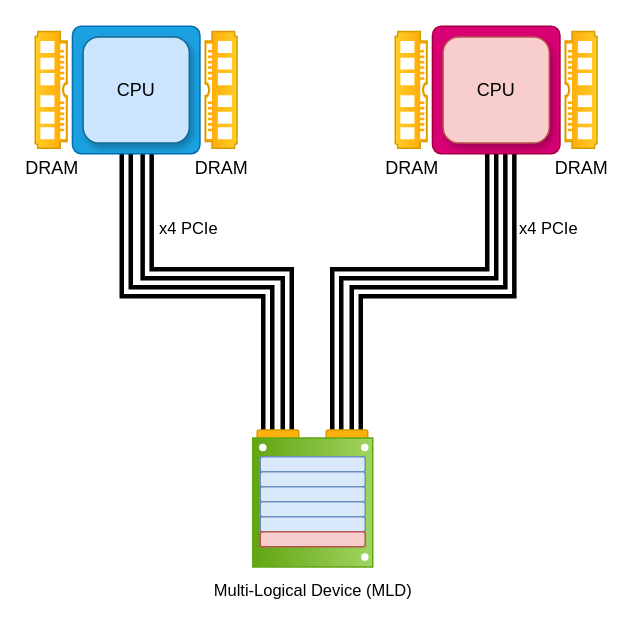
This is CXL Direct Attach MLD No Switch.drawio from kamilkhan52/cxl_diagrams, a draw.io file, before an edit. Source tidied: cells renumbered, new cells numbered last; positions are measured from the earlier drawing's top-left corner, leaving out a move shared by most shapes. Both pictures are drawn from the tidied source at 150%, with x=0, y=0 at pixel (34, 26).
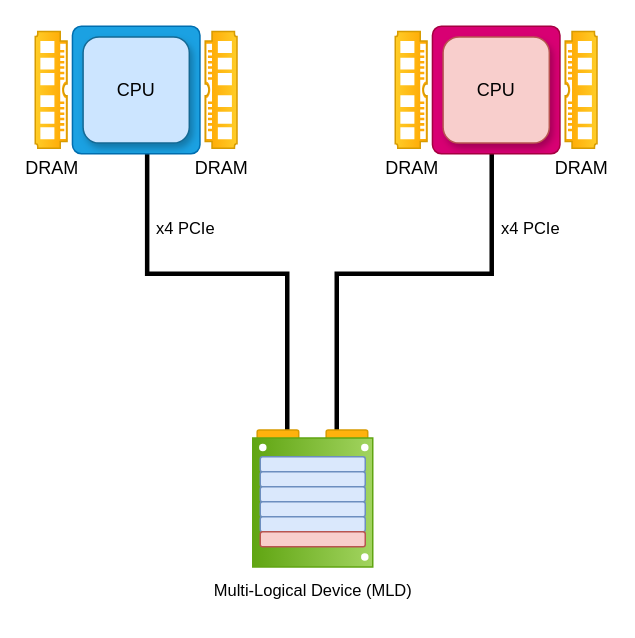
The same page after the edit.

Unchanged cells that the change refers to:
```xml
<mxCell id="7" style="group;" parent="1" vertex="1">
  <mxGeometry x="145" y="267" width="80" height="93.5" as="geometry" />
</mxCell>
<mxCell id="24" style="rounded=1;whiteSpace=wrap;html=1;arcSize=7;fillColor=#1ba1e2;strokeColor=#006EAF;fontColor=#ffffff;" parent="23" vertex="1">
  <mxGeometry width="85" height="85" as="geometry" />
</mxCell>
<mxCell id="31" style="rounded=1;whiteSpace=wrap;html=1;arcSize=7;fillColor=#d80073;strokeColor=#A50040;fontColor=#ffffff;" parent="30" vertex="1">
  <mxGeometry width="85" height="85" as="geometry" />
</mxCell>
```

Change to the diagram source:
```diff
@@
-    <mxCell id="2" style="shape=link;html=1;rounded=0;entryX=0.586;entryY=0.976;entryDx=0;entryDy=0;entryPerimeter=0;strokeWidth=3;elbow=vertical;width=4;arcSize=20;edgeStyle=elbowEdgeStyle;" parent="1" edge="1" target="24">
+    <mxCell id="2" style="html=1;rounded=0;entryX=0.586;entryY=0.976;entryDx=0;entryDy=0;entryPerimeter=0;strokeWidth=3;elbow=vertical;arcSize=20;edgeStyle=elbowEdgeStyle;endArrow=none;endFill=0;" parent="1" edge="1" target="24">
       <mxGeometry relative="1" as="geometry">
         <mxPoint x="168" y="270" as="sourcePoint" />
         <Array as="points">
           <mxPoint x="121" y="165" />
         </Array>
       </mxGeometry>
     </mxCell>
-    <mxCell id="3" style="shape=link;html=1;rounded=0;entryX=0.422;entryY=0.996;entryDx=0;entryDy=0;entryPerimeter=0;strokeWidth=3;elbow=vertical;width=4;arcSize=20;edgeStyle=elbowEdgeStyle;" parent="1" edge="1" target="24">
-      <mxGeometry relative="1" as="geometry">
-        <mxPoint x="155" y="270" as="sourcePoint" />
-      </mxGeometry>
-    </mxCell>
@@
     <mxCell id="5" value="x4 PCIe" style="text;html=1;align=center;verticalAlign=middle;strokeColor=none;fillColor=none;fontFamily=Helvetica;fontSize=11;fontColor=default;labelBackgroundColor=default;" parent="1" vertex="1">
-      <mxGeometry x="72" y="120" width="60" height="30" as="geometry" />
+      <mxGeometry x="70" y="120" width="60" height="30" as="geometry" />
     </mxCell>
@@
-    <mxCell id="8" style="shape=link;html=1;rounded=0;entryX=0.607;entryY=0.994;entryDx=0;entryDy=0;entryPerimeter=0;strokeWidth=3;elbow=vertical;width=4;arcSize=20;edgeStyle=elbowEdgeStyle;" parent="7" edge="1" target="31">
-      <mxGeometry relative="1" as="geometry">
-        <mxPoint x="69" y="3" as="sourcePoint" />
-      </mxGeometry>
-    </mxCell>
-    <mxCell id="9" style="shape=link;html=1;rounded=0;entryX=0.465;entryY=0.999;entryDx=0;entryDy=0;entryPerimeter=0;strokeWidth=3;elbow=vertical;width=4;arcSize=20;edgeStyle=elbowEdgeStyle;" parent="7" edge="1" target="31">
+    <mxCell id="9" style="html=1;rounded=0;entryX=0.465;entryY=0.999;entryDx=0;entryDy=0;entryPerimeter=0;strokeWidth=3;elbow=vertical;arcSize=20;edgeStyle=elbowEdgeStyle;endArrow=none;endFill=0;" parent="7" edge="1" target="31">
       <mxGeometry relative="1" as="geometry">
         <mxPoint x="56" y="3" as="sourcePoint" />
         <Array as="points">
           <mxPoint x="107" y="-102" />
         </Array>
       </mxGeometry>
     </mxCell>
@@
     <mxCell id="28" value="x4 PCIe" style="text;html=1;align=center;verticalAlign=middle;strokeColor=none;fillColor=none;fontFamily=Helvetica;fontSize=11;fontColor=default;labelBackgroundColor=default;" parent="1" vertex="1">
-      <mxGeometry x="312" y="120" width="60" height="30" as="geometry" />
+      <mxGeometry x="300" y="120" width="60" height="30" as="geometry" />
     </mxCell>
```
